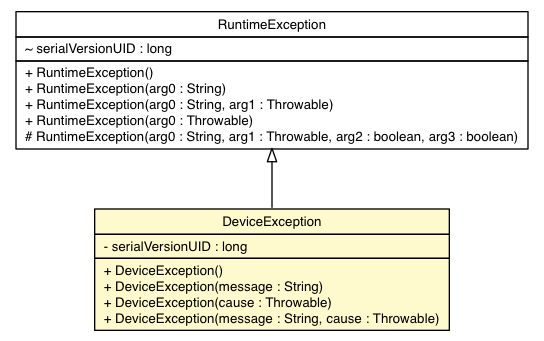
Before: docs/api/ev3dev/hardware/DeviceException.png, a diagram exported from Graphviz (ev3dev-lang-java/ev3dev-lang-java). Its source is kept beside it as docs/api/ev3dev/hardware/DeviceException.dot.
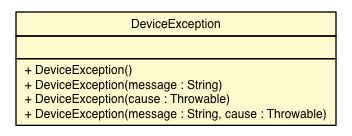
Above is the later version.

Change to the diagram source:
```diff
@@ -4,12 +4,12 @@
 	node [fontname="Helvetica",fontsize=10,shape=plaintext];
 	nodesep=0.25;
 	ranksep=0.5;
-	c2222 [label=<<table title="ev3dev.hardware.DeviceException" border="0" cellborder="1" cellspacing="0" cellpadding="2" port="p" bgcolor="lemonChiffon" href="./DeviceException.html">
+	c2228 [label=<<table title="ev3dev.hardware.DeviceException" border="0" cellborder="1" cellspacing="0" cellpadding="2" port="p" bgcolor="lemonChiffon" href="./DeviceException.html">
 		<tr><td><table border="0" cellspacing="0" cellpadding="1">
 <tr><td align="center" balign="center"> DeviceException </td></tr>
 		</table></td></tr>
 		<tr><td><table border="0" cellspacing="0" cellpadding="1">
-<tr><td align="left" balign="left"> - serialVersionUID : long </td></tr>
+<tr><td align="left" balign="left">  </td></tr>
 		</table></td></tr>
 		<tr><td><table border="0" cellspacing="0" cellpadding="1">
 <tr><td align="left" balign="left"> + DeviceException() </td></tr>
@@ -17,21 +17,5 @@
 <tr><td align="left" balign="left"> + DeviceException(cause : Throwable) </td></tr>
 <tr><td align="left" balign="left"> + DeviceException(message : String, cause : Throwable) </td></tr>
 		</table></td></tr>
-		</table>>, URL="./DeviceException.html", fontname="Helvetica", fontcolor="black", fontsize=10.0];
-	c2303:p -> c2222:p [dir=back,arrowtail=empty];
-	c2303 [label=<<table title="java.lang.RuntimeException" border="0" cellborder="1" cellspacing="0" cellpadding="2" port="p" href="http://java.sun.com/j2se/1.4.2/docs/api/java/lang/RuntimeException.html">
-		<tr><td><table border="0" cellspacing="0" cellpadding="1">
-<tr><td align="center" balign="center"> RuntimeException </td></tr>
-		</table></td></tr>
-		<tr><td><table border="0" cellspacing="0" cellpadding="1">
-<tr><td align="left" balign="left"> ~ serialVersionUID : long </td></tr>
-		</table></td></tr>
-		<tr><td><table border="0" cellspacing="0" cellpadding="1">
-<tr><td align="left" balign="left"> + RuntimeException() </td></tr>
-<tr><td align="left" balign="left"> + RuntimeException(arg0 : String) </td></tr>
-<tr><td align="left" balign="left"> + RuntimeException(arg0 : String, arg1 : Throwable) </td></tr>
-<tr><td align="left" balign="left"> + RuntimeException(arg0 : Throwable) </td></tr>
-<tr><td align="left" balign="left"> # RuntimeException(arg0 : String, arg1 : Throwable, arg2 : boolean, arg3 : boolean) </td></tr>
-		</table></td></tr>
-		</table>>, URL="http://java.sun.com/j2se/1.4.2/docs/api/java/lang/RuntimeException.html", fontname="Helvetica", fontcolor="black", fontsize=10.0];
+		</table>>, URL="./DeviceException.html", fontname="Helvetica", fontcolor="black", fontsize=9.0];
 }
```
